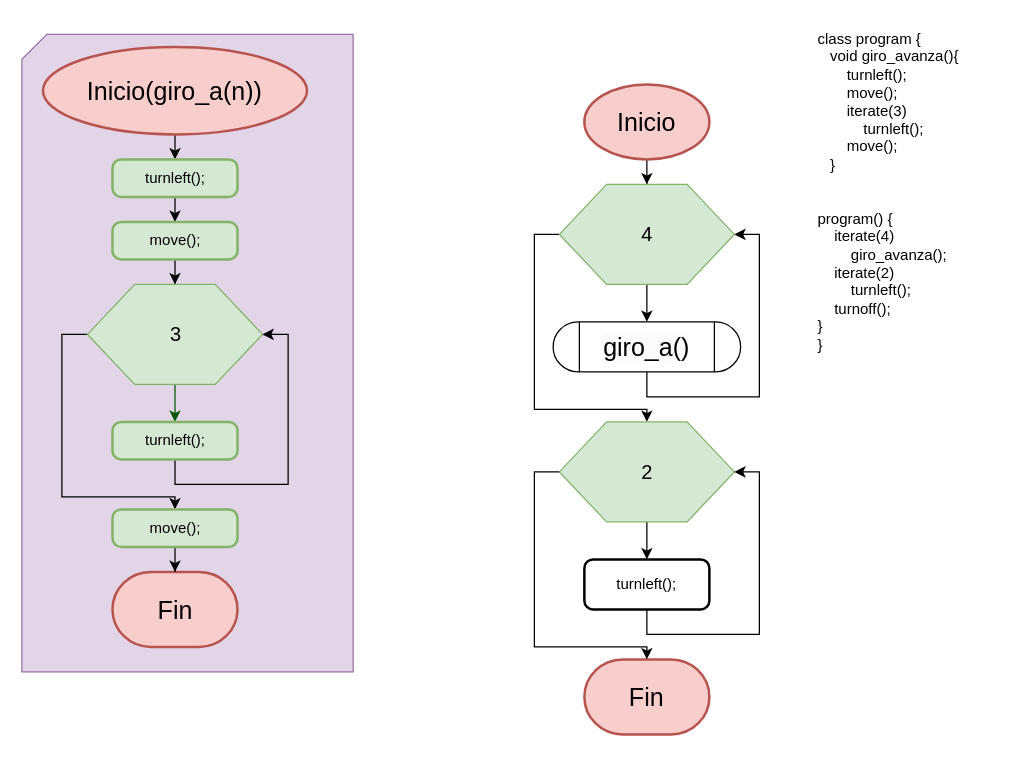
Above: EscaleraF.drawio in PedroJOH/Ejercicios_karel (draw.io), before the change. Source tidied: cells renumbered, new cells numbered last; positions are measured from the earlier drawing's top-left corner, leaving out a move shared by most shapes. Both pictures are drawn from the tidied source at 125%, with x=0, y=0 at pixel (21, 21).
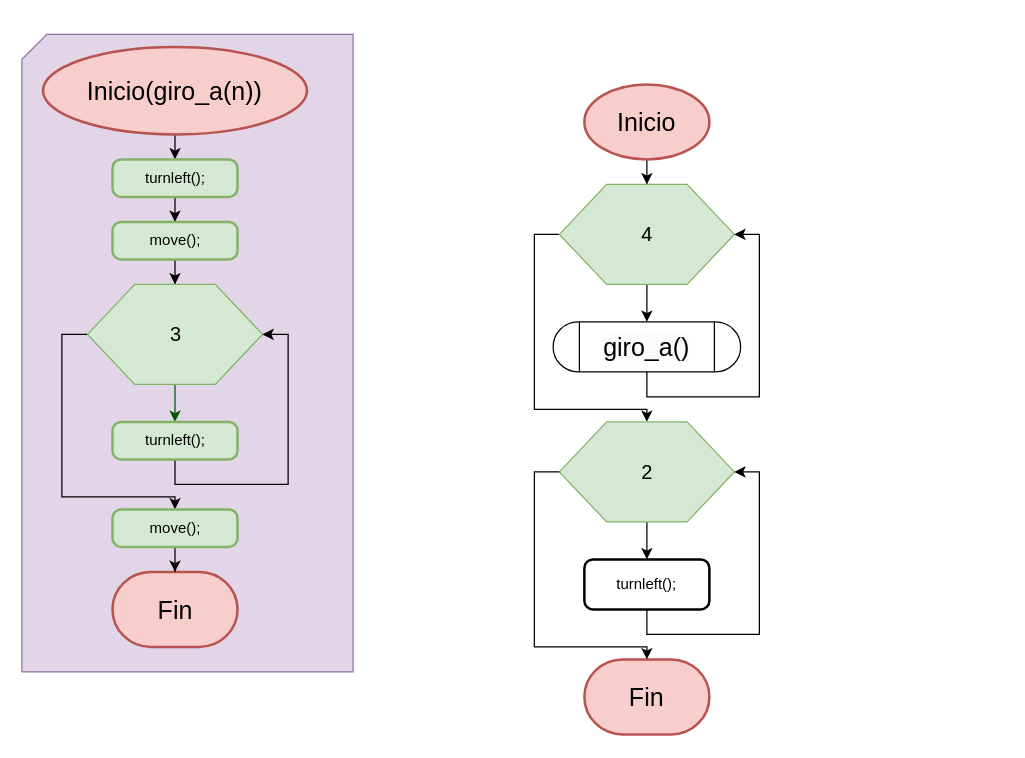
The same diagram, later.

The edit, as a diff of the source:
```diff
@@
-    <mxCell id="14" value="class program {&#10;   void giro_avanza(){&#10;       turnleft();&#10;       move();&#10;       iterate(3)&#10;           turnleft();&#10;       move();&#10;   }&#10;&#10;&#10;program() {&#10;    iterate(4)&#10;        giro_avanza();&#10;    iterate(2)&#10;        turnleft();&#10;    turnoff();&#10;}&#10;}" style="text;whiteSpace=wrap;" parent="1" vertex="1">
-      <mxGeometry x="635" width="150" height="280" as="geometry" />
-    </mxCell>
```
